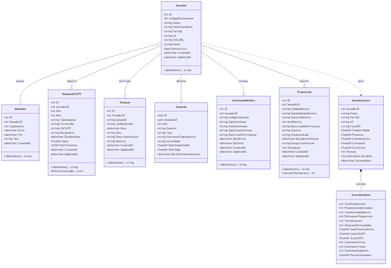
Earlier version of the Mermaid export src/images/diagrama_classes.png (Alzarus/tcc-escrita). Its source is kept beside it as docs/diagramas/diagrama_classes.mmd. Source of this version:
```mermaid
classDiagram
    direction TB


    class Senador {
        +int ID
        +int CodigoParlamentar
        +string Nome
        +string NomeCompleto
        +string Partido
        +string UF
        +string FotoURL
        +string Email
        +bool EmExercicio
        +datetime CreatedAt
        +datetime UpdatedAt
        --
        +TableName() string
    }

    class Mandato {
        +int ID
        +int SenadorID
        +int Legislatura
        +datetime Inicio
        +datetime Fim
        +string Tipo
        +datetime CreatedAt
        --
        +TableName() string
    }

    class DespesaCEAPS {
        +int ID
        +int SenadorID
        +int Ano
        +int Mes
        +string TipoDespesa
        +string Fornecedor
        +string CNPJCPF
        +string Documento
        +datetime DataEmissao
        +float64 Valor
        +int64 ValorCentavos
        +datetime CreatedAt
        +datetime UpdatedAt
        --
        +TableName() string
        +BeforeCreate(db) error
    }

    class Votacao {
        +int ID
        +int SenadorID
        +string SessaoID
        +string CodigoSessao
        +datetime Data
        +string Voto
        +string DescricaoVotacao
        +string Materia
        +datetime CreatedAt
        +datetime UpdatedAt
        --
        +TableName() string
    }

    class Emenda {
        +uint ID
        +uint SenadorID
        +int Ano
        +string Numero
        +string Tipo
        +string FuncionalProgramatica
        +string Localidade
        +float64 ValorEmpenhado
        +float64 ValorPago
        +datetime DataUltimaAtualizacao
    }

    class ComissaoMembro {
        +int ID
        +int SenadorID
        +string CodigoComissao
        +string SiglaComissao
        +string NomeComissao
        +string SiglaCasaComissao
        +string DescricaoParticipacao
        +datetime DataInicio
        +datetime DataFim
        +datetime CreatedAt
        +datetime UpdatedAt
        --
        +TableName() string
    }

    class Proposicao {
        +int ID
        +int SenadorID
        +string CodigoMateria
        +string SiglaSubtipoMateria
        +string NumeroMateria
        +int AnoMateria
        +string DescricaoIdentificacao
        +string Ementa
        +string SituacaoAtual
        +datetime DataApresentacao
        +string EstagioTramitacao
        +int Pontuacao
        +datetime CreatedAt
        +datetime UpdatedAt
        --
        +TableName() string
        +CalcularPontuacao() int
    }

    class SenadorScore {
        +int SenadorID
        +string Nome
        +string Partido
        +string UF
        +string FotoURL
        +float64 Produtividade
        +float64 Presenca
        +float64 EconomiaCota
        +float64 Comissoes
        +float64 ScoreFinal
        +int Posicao
        +ScoreDetalhes Detalhes
        +datetime CalculadoEm
    }

    class ScoreDetalhes {
        +int TotalProposicoes
        +int ProposicoesAprovadas
        +int TransformadasEmLei
        +int PontuacaoProposicoes
        +int TotalVotacoes
        +int VotacoesParticipadas
        +float64 TaxaPresencaBruta
        +float64 GastoCEAPS
        +float64 TetoCEAPS
        +int ComissoesAtivas
        +int ComissoesTitular
        +int ComissoesSuplente
        +float64 PontosComissoes
    }


    Senador "1" --o "*" Mandato : possui
    Senador "1" --o "*" DespesaCEAPS : registra
    Senador "1" --o "*" Votacao : participa
    Senador "1" --o "*" Emenda : destina
    Senador "1" --o "*" ComissaoMembro : integra
    Senador "1" --o "*" Proposicao : autoria
    Senador "1" ..> "1" SenadorScore : gera
    SenadorScore "1" *-- "1" ScoreDetalhes : contém
```
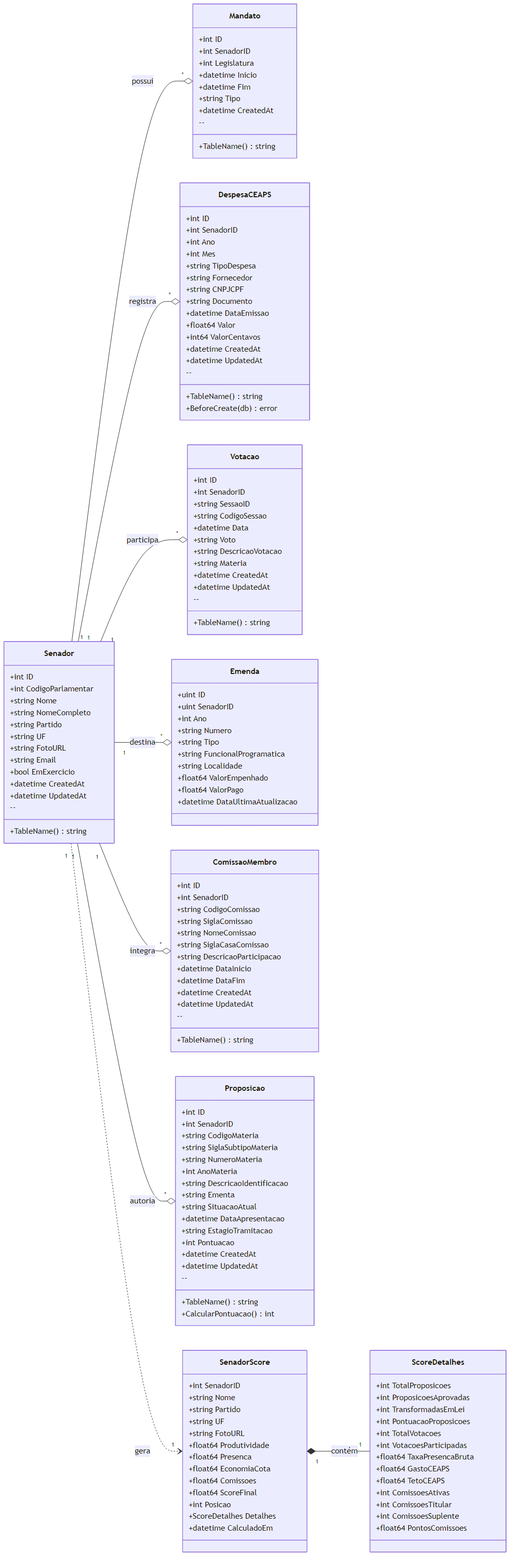
The same file after the commit.

Commit message:
docs: melhora legibilidade dos diagramas UML e padroniza nomenclatura

What changed in the source:
```diff
@@ -1,5 +1,5 @@
 classDiagram
-    direction TB
+    direction LR
 
 
     class Senador {
```
